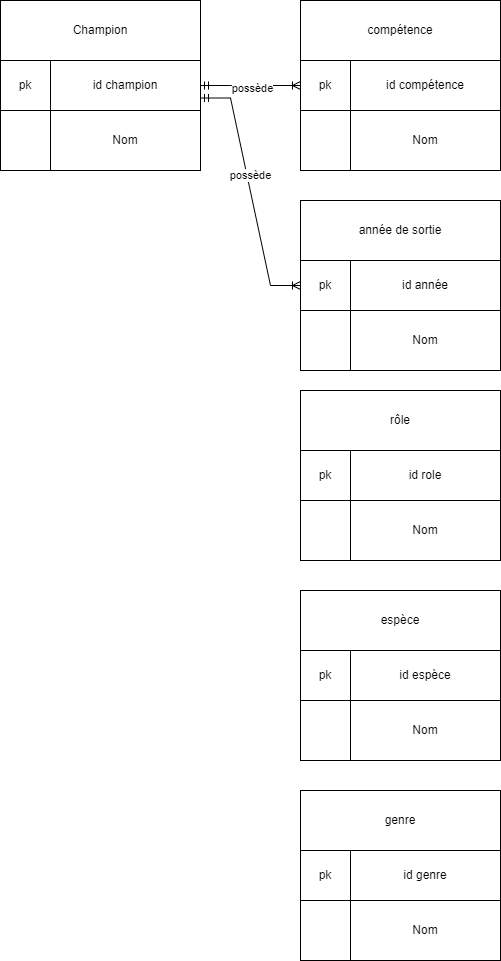
Above: Diagramme sans nom.drawio.png in jules6920000/BTS2-CIEL-IR-MCD-2024-2025 (draw.io), before the change. Source tidied: cells renumbered, new cells last; positions are measured from the earlier drawing's top-left corner, leaving out a move shared by most shapes.
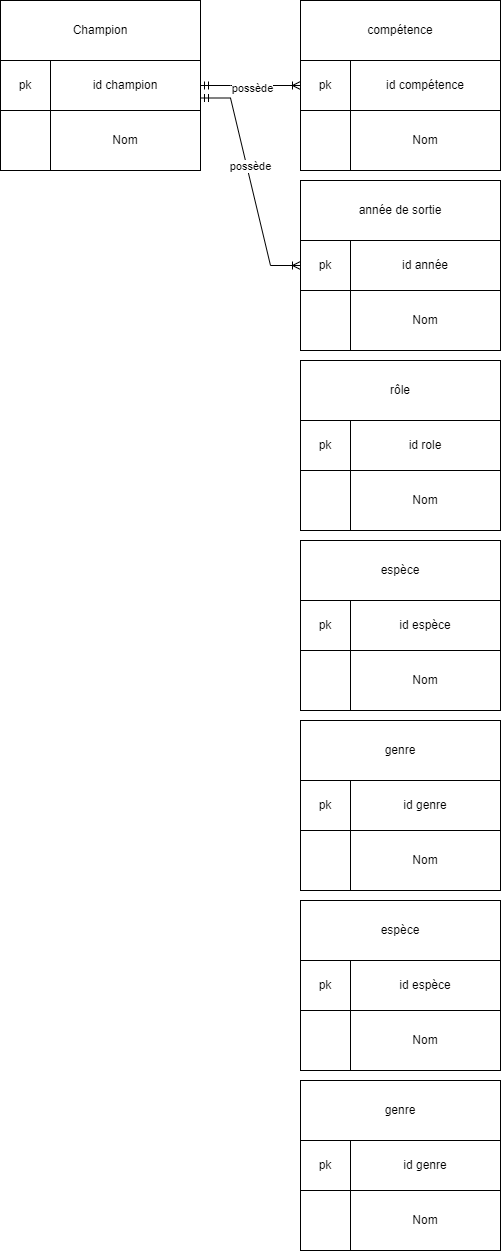
The same file after the commit.

Commit message:
Mettre à jour Diagramme sans nom.drawio.png

What changed in the source:
```diff
@@ -1,36 +1,36 @@
-<mxGraphModel>
+<mxGraphModel background="#ffffff">
   <root>
     <mxCell id="0" />
     <mxCell id="1" parent="0" />
     <mxCell id="2" style="rounded=0;whiteSpace=wrap;html=1;" parent="1" vertex="1">
-      <mxGeometry width="200" height="170" as="geometry" />
+      <mxGeometry x="-30" y="-50" width="200" height="170" as="geometry" />
     </mxCell>
     <mxCell id="3" value="Champion" style="rounded=0;whiteSpace=wrap;html=1;" parent="1" vertex="1">
-      <mxGeometry width="200" height="60" as="geometry" />
+      <mxGeometry x="-30" y="-50" width="200" height="60" as="geometry" />
     </mxCell>
     <mxCell id="4" value="id champion" style="rounded=0;whiteSpace=wrap;html=1;" parent="1" vertex="1">
-      <mxGeometry x="50" y="60" width="150" height="50" as="geometry" />
+      <mxGeometry x="20" y="10" width="150" height="50" as="geometry" />
     </mxCell>
     <mxCell id="5" value="Nom" style="rounded=0;whiteSpace=wrap;html=1;" parent="1" vertex="1">
-      <mxGeometry x="50" y="110" width="150" height="60" as="geometry" />
+      <mxGeometry x="20" y="60" width="150" height="60" as="geometry" />
     </mxCell>
     <mxCell id="6" value="pk" style="rounded=0;whiteSpace=wrap;html=1;" parent="1" vertex="1">
-      <mxGeometry y="60" width="50" height="50" as="geometry" />
+      <mxGeometry x="-30" y="10" width="50" height="50" as="geometry" />
     </mxCell>
     <mxCell id="7" style="rounded=0;whiteSpace=wrap;html=1;" parent="1" vertex="1">
-      <mxGeometry x="300" width="200" height="170" as="geometry" />
+      <mxGeometry x="270" y="-50" width="200" height="170" as="geometry" />
     </mxCell>
     <mxCell id="8" value="compétence" style="rounded=0;whiteSpace=wrap;html=1;" parent="1" vertex="1">
-      <mxGeometry x="300" width="200" height="60" as="geometry" />
+      <mxGeometry x="270" y="-50" width="200" height="60" as="geometry" />
     </mxCell>
     <mxCell id="9" value="id compétence" style="rounded=0;whiteSpace=wrap;html=1;" parent="1" vertex="1">
-      <mxGeometry x="350" y="60" width="150" height="50" as="geometry" />
+      <mxGeometry x="320" y="10" width="150" height="50" as="geometry" />
     </mxCell>
     <mxCell id="10" value="Nom" style="rounded=0;whiteSpace=wrap;html=1;" parent="1" vertex="1">
-      <mxGeometry x="350" y="110" width="150" height="60" as="geometry" />
+      <mxGeometry x="320" y="60" width="150" height="60" as="geometry" />
     </mxCell>
     <mxCell id="11" value="pk" style="rounded=0;whiteSpace=wrap;html=1;" parent="1" vertex="1">
-      <mxGeometry x="300" y="60" width="50" height="50" as="geometry" />
+      <mxGeometry x="270" y="10" width="50" height="50" as="geometry" />
     </mxCell>
     <mxCell id="12" style="edgeStyle=entityRelationEdgeStyle;fontSize=12;html=1;endArrow=ERoneToMany;startArrow=ERmandOne;rounded=0;entryX=0;entryY=0.5;entryDx=0;entryDy=0;exitX=1;exitY=0.5;exitDx=0;exitDy=0;" parent="1" edge="1" source="4" target="11">
       <mxGeometry relative="1" as="geometry" />
@@ -39,25 +39,25 @@
       <mxGeometry x="0.03" y="-2" relative="1" as="geometry" />
     </mxCell>
     <mxCell id="14" style="rounded=0;whiteSpace=wrap;html=1;" parent="1" vertex="1">
-      <mxGeometry x="300" y="200" width="200" height="170" as="geometry" />
+      <mxGeometry x="270" y="130" width="200" height="170" as="geometry" />
     </mxCell>
     <mxCell id="15" value="année de sortie" style="rounded=0;whiteSpace=wrap;html=1;" parent="1" vertex="1">
-      <mxGeometry x="300" y="200" width="200" height="60" as="geometry" />
+      <mxGeometry x="270" y="130" width="200" height="60" as="geometry" />
     </mxCell>
     <mxCell id="16" value="id année" style="rounded=0;whiteSpace=wrap;html=1;" parent="1" vertex="1">
-      <mxGeometry x="350" y="260" width="150" height="50" as="geometry" />
+      <mxGeometry x="320" y="190" width="150" height="50" as="geometry" />
     </mxCell>
     <mxCell id="17" value="Nom" style="rounded=0;whiteSpace=wrap;html=1;" parent="1" vertex="1">
-      <mxGeometry x="350" y="310" width="150" height="60" as="geometry" />
+      <mxGeometry x="320" y="240" width="150" height="60" as="geometry" />
     </mxCell>
     <mxCell id="18" value="pk" style="rounded=0;whiteSpace=wrap;html=1;" parent="1" vertex="1">
-      <mxGeometry x="300" y="260" width="50" height="50" as="geometry" />
+      <mxGeometry x="270" y="190" width="50" height="50" as="geometry" />
     </mxCell>
     <mxCell id="19" style="edgeStyle=entityRelationEdgeStyle;fontSize=12;html=1;endArrow=ERoneToMany;startArrow=ERmandOne;rounded=0;exitX=1;exitY=0.75;exitDx=0;exitDy=0;entryX=0;entryY=0.5;entryDx=0;entryDy=0;" parent="1" edge="1" source="4" target="18">
       <mxGeometry relative="1" as="geometry">
         <Array as="points">
-          <mxPoint x="100" y="210" />
-          <mxPoint x="120" y="290" />
+          <mxPoint x="70" y="160" />
+          <mxPoint x="90" y="240" />
         </Array>
       </mxGeometry>
     </mxCell>
@@ -67,49 +67,79 @@
       </mxGeometry>
     </mxCell>
     <mxCell id="21" style="rounded=0;whiteSpace=wrap;html=1;" parent="1" vertex="1">
-      <mxGeometry x="300" y="390" width="200" height="170" as="geometry" />
+      <mxGeometry x="270" y="310" width="200" height="170" as="geometry" />
     </mxCell>
     <mxCell id="22" value="rôle" style="rounded=0;whiteSpace=wrap;html=1;" parent="1" vertex="1">
-      <mxGeometry x="300" y="390" width="200" height="60" as="geometry" />
+      <mxGeometry x="270" y="310" width="200" height="60" as="geometry" />
     </mxCell>
     <mxCell id="23" value="id role" style="rounded=0;whiteSpace=wrap;html=1;" parent="1" vertex="1">
-      <mxGeometry x="350" y="450" width="150" height="50" as="geometry" />
+      <mxGeometry x="320" y="370" width="150" height="50" as="geometry" />
     </mxCell>
     <mxCell id="24" value="Nom" style="rounded=0;whiteSpace=wrap;html=1;" parent="1" vertex="1">
-      <mxGeometry x="350" y="500" width="150" height="60" as="geometry" />
+      <mxGeometry x="320" y="420" width="150" height="60" as="geometry" />
     </mxCell>
     <mxCell id="25" value="pk" style="rounded=0;whiteSpace=wrap;html=1;" parent="1" vertex="1">
-      <mxGeometry x="300" y="450" width="50" height="50" as="geometry" />
+      <mxGeometry x="270" y="370" width="50" height="50" as="geometry" />
     </mxCell>
     <mxCell id="26" style="rounded=0;whiteSpace=wrap;html=1;" parent="1" vertex="1">
-      <mxGeometry x="300" y="590" width="200" height="170" as="geometry" />
+      <mxGeometry x="270" y="490" width="200" height="170" as="geometry" />
     </mxCell>
     <mxCell id="27" value="espèce" style="rounded=0;whiteSpace=wrap;html=1;" parent="1" vertex="1">
-      <mxGeometry x="300" y="590" width="200" height="60" as="geometry" />
+      <mxGeometry x="270" y="490" width="200" height="60" as="geometry" />
     </mxCell>
     <mxCell id="28" value="id espèce" style="rounded=0;whiteSpace=wrap;html=1;" parent="1" vertex="1">
-      <mxGeometry x="350" y="650" width="150" height="50" as="geometry" />
+      <mxGeometry x="320" y="550" width="150" height="50" as="geometry" />
     </mxCell>
     <mxCell id="29" value="Nom" style="rounded=0;whiteSpace=wrap;html=1;" parent="1" vertex="1">
-      <mxGeometry x="350" y="700" width="150" height="60" as="geometry" />
+      <mxGeometry x="320" y="600" width="150" height="60" as="geometry" />
     </mxCell>
     <mxCell id="30" value="pk" style="rounded=0;whiteSpace=wrap;html=1;" parent="1" vertex="1">
-      <mxGeometry x="300" y="650" width="50" height="50" as="geometry" />
+      <mxGeometry x="270" y="550" width="50" height="50" as="geometry" />
     </mxCell>
     <mxCell id="31" style="rounded=0;whiteSpace=wrap;html=1;" parent="1" vertex="1">
-      <mxGeometry x="300" y="790" width="200" height="170" as="geometry" />
+      <mxGeometry x="270" y="670" width="200" height="170" as="geometry" />
     </mxCell>
     <mxCell id="32" value="genre" style="rounded=0;whiteSpace=wrap;html=1;" parent="1" vertex="1">
-      <mxGeometry x="300" y="790" width="200" height="60" as="geometry" />
+      <mxGeometry x="270" y="670" width="200" height="60" as="geometry" />
     </mxCell>
     <mxCell id="33" value="id genre" style="rounded=0;whiteSpace=wrap;html=1;" parent="1" vertex="1">
-      <mxGeometry x="350" y="850" width="150" height="50" as="geometry" />
+      <mxGeometry x="320" y="730" width="150" height="50" as="geometry" />
     </mxCell>
     <mxCell id="34" value="Nom" style="rounded=0;whiteSpace=wrap;html=1;" parent="1" vertex="1">
-      <mxGeometry x="350" y="900" width="150" height="60" as="geometry" />
+      <mxGeometry x="320" y="780" width="150" height="60" as="geometry" />
     </mxCell>
     <mxCell id="35" value="pk" style="rounded=0;whiteSpace=wrap;html=1;" parent="1" vertex="1">
-      <mxGeometry x="300" y="850" width="50" height="50" as="geometry" />
+      <mxGeometry x="270" y="730" width="50" height="50" as="geometry" />
     </mxCell>
+    <mxCell id="36" style="rounded=0;whiteSpace=wrap;html=1;" parent="1" vertex="1">
+      <mxGeometry x="270" y="850" width="200" height="170" as="geometry" />
+    </mxCell>
+    <mxCell id="37" value="espèce" style="rounded=0;whiteSpace=wrap;html=1;" parent="1" vertex="1">
+      <mxGeometry x="270" y="850" width="200" height="60" as="geometry" />
+    </mxCell>
+    <mxCell id="38" value="id espèce" style="rounded=0;whiteSpace=wrap;html=1;" parent="1" vertex="1">
+      <mxGeometry x="320" y="910" width="150" height="50" as="geometry" />
+    </mxCell>
+    <mxCell id="39" value="Nom" style="rounded=0;whiteSpace=wrap;html=1;" parent="1" vertex="1">
+      <mxGeometry x="320" y="960" width="150" height="60" as="geometry" />
+    </mxCell>
+    <mxCell id="40" value="pk" style="rounded=0;whiteSpace=wrap;html=1;" parent="1" vertex="1">
+      <mxGeometry x="270" y="910" width="50" height="50" as="geometry" />
+    </mxCell>
+    <mxCell id="41" style="rounded=0;whiteSpace=wrap;html=1;" parent="1" vertex="1">
+      <mxGeometry x="270" y="1030" width="200" height="170" as="geometry" />
+    </mxCell>
+    <mxCell id="42" value="genre" style="rounded=0;whiteSpace=wrap;html=1;" parent="1" vertex="1">
+      <mxGeometry x="270" y="1030" width="200" height="60" as="geometry" />
+    </mxCell>
+    <mxCell id="43" value="id genre" style="rounded=0;whiteSpace=wrap;html=1;" parent="1" vertex="1">
+      <mxGeometry x="320" y="1090" width="150" height="50" as="geometry" />
+    </mxCell>
+    <mxCell id="44" value="Nom" style="rounded=0;whiteSpace=wrap;html=1;" parent="1" vertex="1">
+      <mxGeometry x="320" y="1140" width="150" height="60" as="geometry" />
+    </mxCell>
+    <mxCell id="45" value="pk" style="rounded=0;whiteSpace=wrap;html=1;" parent="1" vertex="1">
+      <mxGeometry x="270" y="1090" width="50" height="50" as="geometry" />
+    </mxCell>
   </root>
 </mxGraphModel>
```
